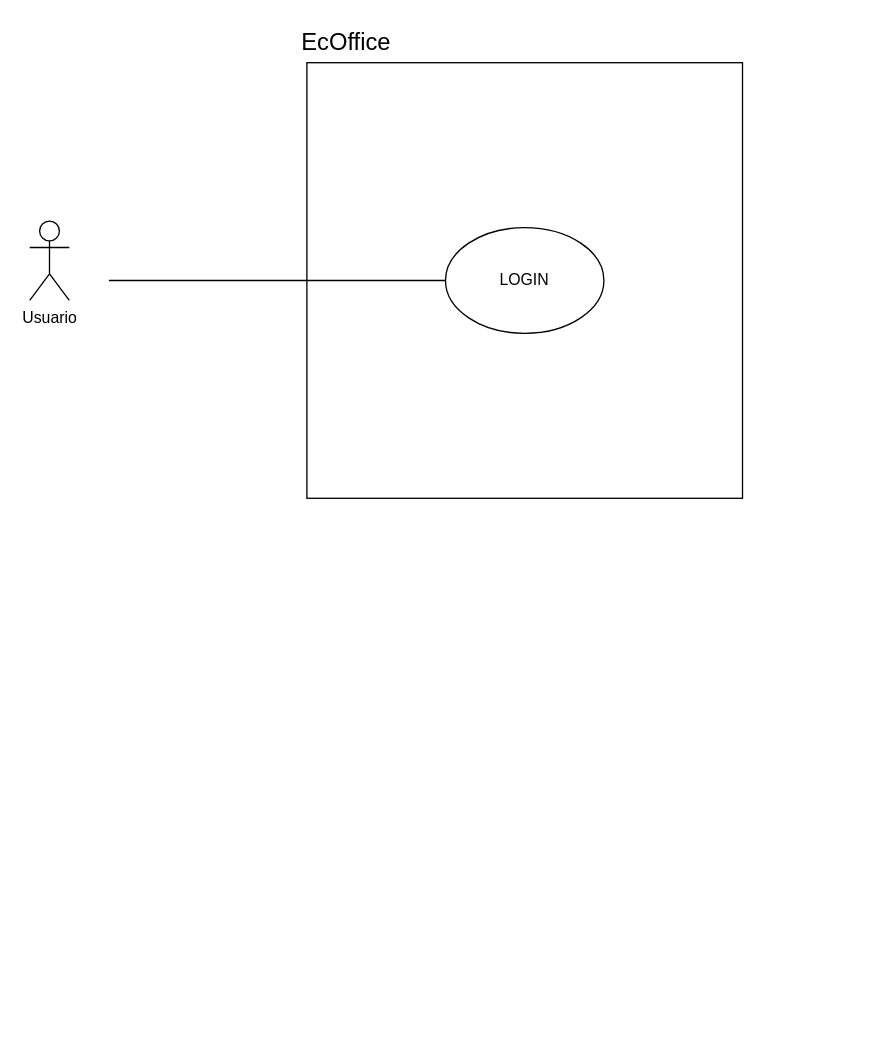
Earlier version of the draw.io diagram EcOffice casos de uso.drawio (HaasjamesDEV/EcOffice). Source tidied: cells renumbered, new cells numbered last; positions are measured from the earlier drawing's top-left corner, leaving out a move shared by most shapes. Both pictures are drawn from the tidied source at 132%, with x=0, y=0 at pixel (29, 22).
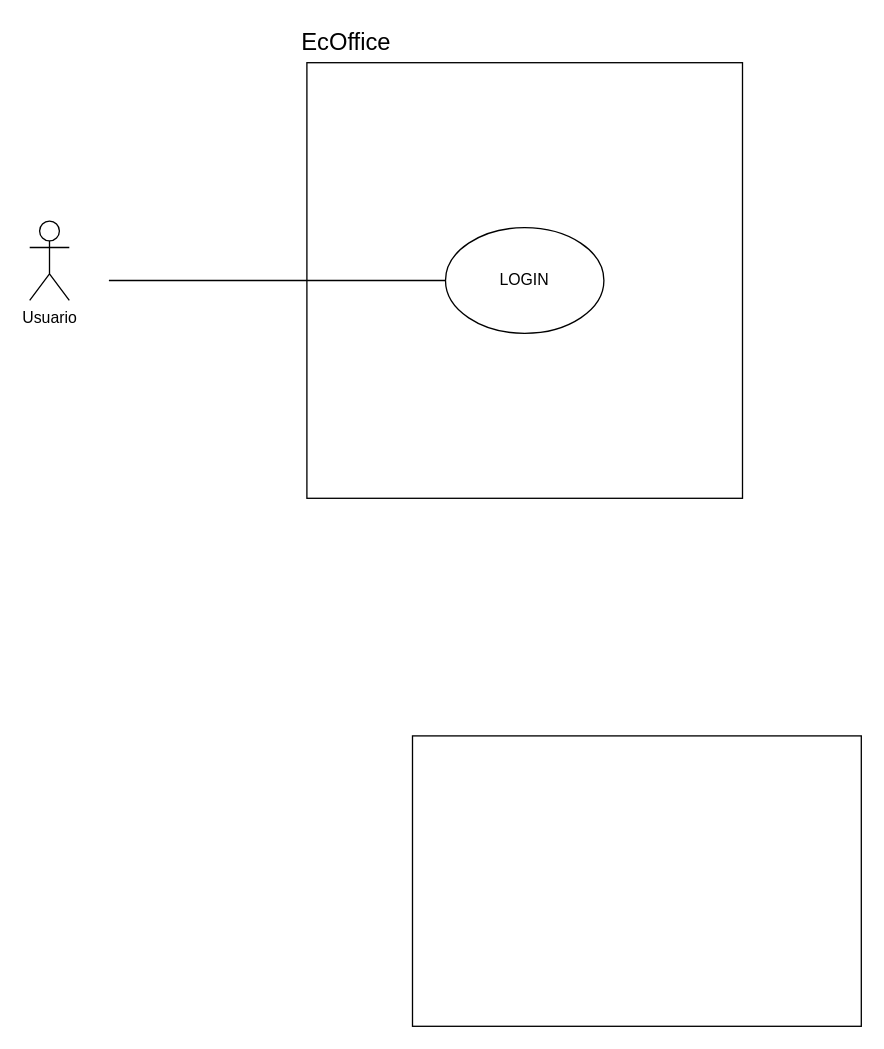
The same page after the edit.

The edit, as a diff of the source:
```diff
@@
 <mxGraphModel>
   <root>
     <mxCell id="0" />
     <mxCell id="1" parent="0" />
     <mxCell id="2" style="whiteSpace=wrap;html=1;" parent="1" vertex="1">
       <mxGeometry x="210" y="30" width="330" height="330" as="geometry" />
     </mxCell>
     <mxCell id="3" value="Usuario" style="shape=umlActor;verticalLabelPosition=bottom;verticalAlign=top;html=1;" parent="1" vertex="1">
       <mxGeometry y="150" width="30" height="60" as="geometry" />
     </mxCell>
     <mxCell id="4" value="LOGIN" style="ellipse;whiteSpace=wrap;html=1;" parent="1" vertex="1">
       <mxGeometry x="315" y="155" width="120" height="80" as="geometry" />
     </mxCell>
     <mxCell id="5" value="&lt;font style=&quot;font-size: 18px;&quot;&gt;EcOffice&lt;/font&gt;" style="text;html=1;align=center;verticalAlign=middle;whiteSpace=wrap;rounded=0;" parent="1" vertex="1">
       <mxGeometry x="210" width="60" height="30" as="geometry" />
     </mxCell>
     <mxCell id="6" style="endArrow=none;html=1;rounded=0;entryX=0;entryY=0.5;entryDx=0;entryDy=0;" parent="1" edge="1" target="4">
       <mxGeometry relative="1" as="geometry">
         <mxPoint x="60" y="195" as="sourcePoint" />
       </mxGeometry>
     </mxCell>
+    <mxCell id="7" style="rounded=0;whiteSpace=wrap;html=1;" parent="1" vertex="1">
+      <mxGeometry x="290" y="540" width="340" height="220" as="geometry" />
+    </mxCell>
   </root>
 </mxGraphModel>
```
